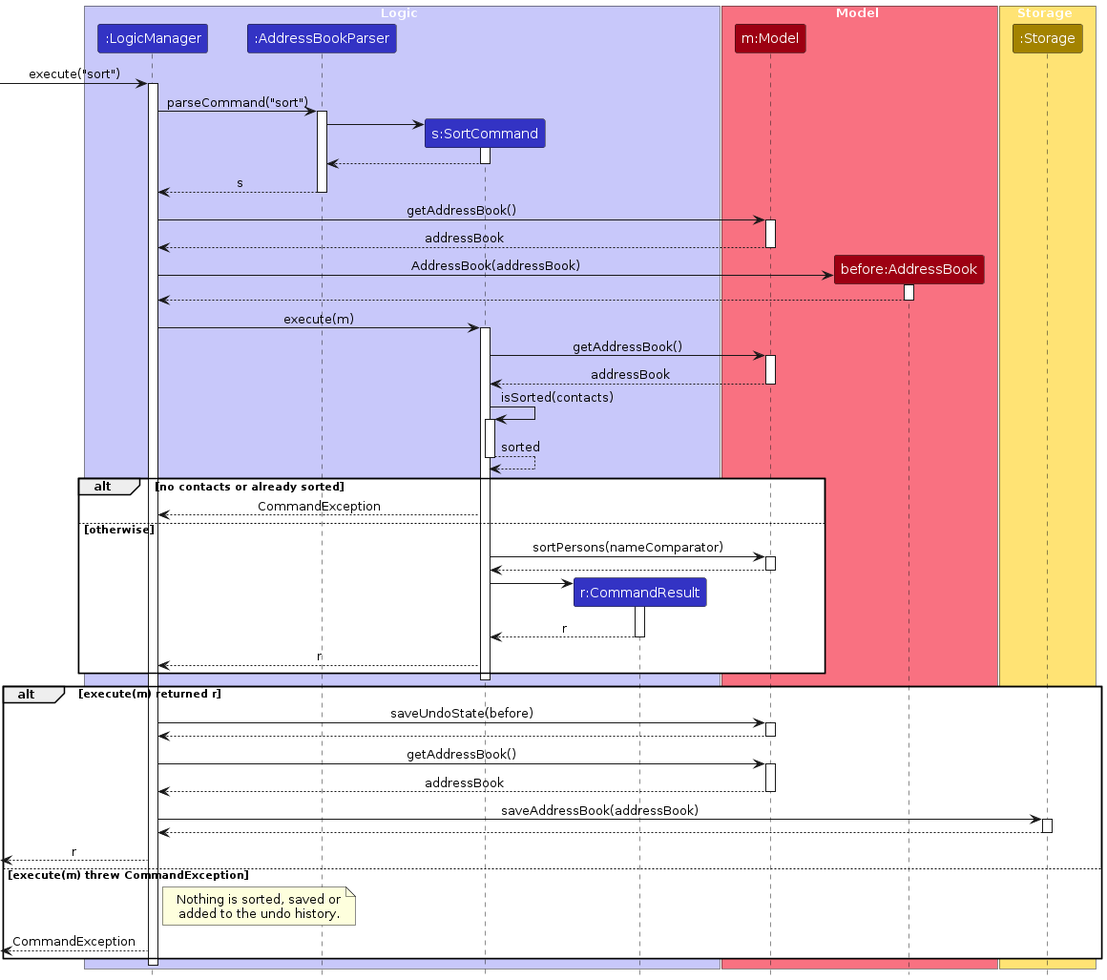
The PlantUML diagram diagrams/SortSequenceDiagram.png in AY2627S1-CS2103T-W14-2/tp, before a commit. Its source is kept beside it as diagrams/SortSequenceDiagram.puml.
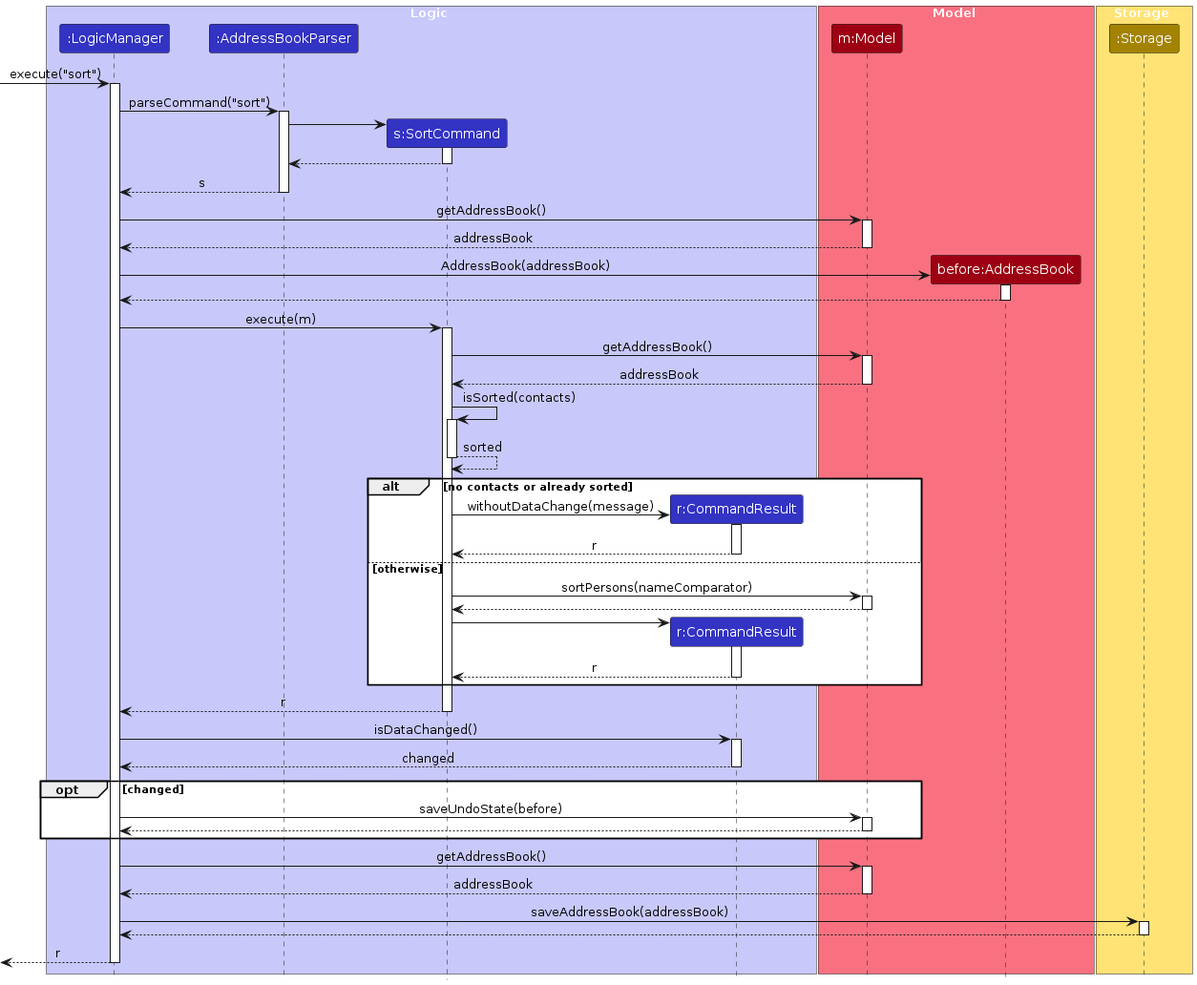
Later version of the same file.

What changed in the source:
```diff
@@ -58,7 +58,11 @@
 deactivate SortCommand
 
 alt no contacts or already sorted
-    SortCommand --> LogicManager : CommandException
+    create CommandResult
+    SortCommand -> CommandResult : withoutDataChange(message)
+    activate CommandResult
+    CommandResult --> SortCommand : r
+    deactivate CommandResult
 else otherwise
     SortCommand -> Model : sortPersons(nameComparator)
     activate Model
@@ -70,34 +74,32 @@
     activate CommandResult
     CommandResult --> SortCommand : r
     deactivate CommandResult
-
-    SortCommand --> LogicManager : r
 end
+SortCommand --> LogicManager : r
 deactivate SortCommand
 
-alt execute(m) returned r
+LogicManager -> CommandResult : isDataChanged()
+activate CommandResult
+CommandResult --> LogicManager : changed
+deactivate CommandResult
+
+opt changed
     LogicManager -> Model : saveUndoState(before)
     activate Model
     Model --> LogicManager
     deactivate Model
+end
 
-    LogicManager -> Model : getAddressBook()
-    activate Model
-    Model --> LogicManager : addressBook
-    deactivate Model
+LogicManager -> Model : getAddressBook()
+activate Model
+Model --> LogicManager : addressBook
+deactivate Model
 
-    LogicManager -> Storage : saveAddressBook(addressBook)
-    activate Storage
-    Storage --> LogicManager
-    deactivate Storage
+LogicManager -> Storage : saveAddressBook(addressBook)
+activate Storage
+Storage --> LogicManager
+deactivate Storage
 
-    [<-- LogicManager : r
-else execute(m) threw CommandException
-    note right of LogicManager
-        Nothing is sorted, saved or
-        added to the undo history.
-    end note
-    [<-- LogicManager : CommandException
-end
+[<-- LogicManager : r
 deactivate LogicManager
 @enduml
```
